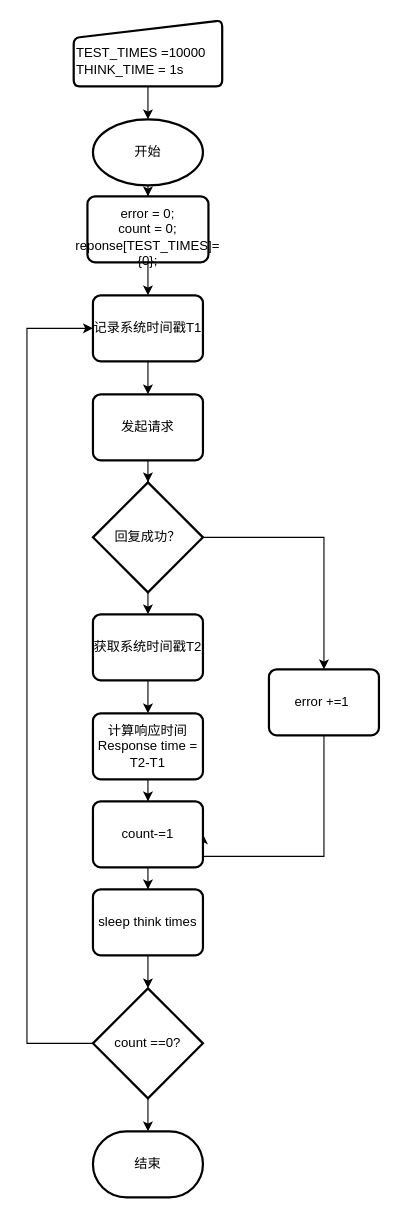
bingo787/draw keeps this draw.io diagram as page "Copy of Page-2" (3 of 3) of test_flow.drawio. Above is the earlier version. Source tidied: cells renumbered, new cells numbered last; positions are measured from the earlier drawing's top-left corner, leaving out a move shared by most shapes. Both pictures are drawn from the tidied source at 110%, with x=0, y=0 at pixel (26, 20).
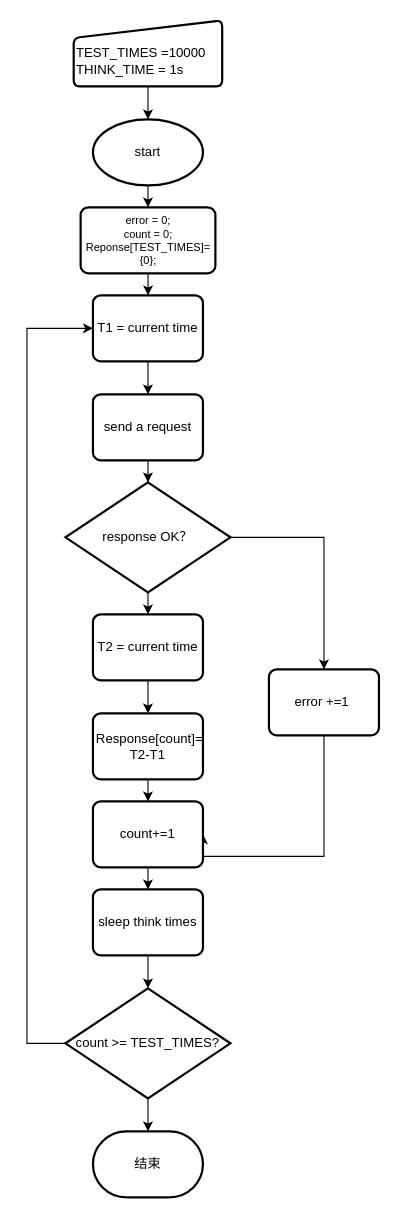
The same diagram, later.

Change to the diagram source:
```diff
@@
-    <mxCell id="3" value="开始" style="strokeWidth=2;html=1;shape=mxgraph.flowchart.start_1;whiteSpace=wrap;" parent="1" vertex="1">
+    <mxCell id="3" value="start" style="strokeWidth=2;html=1;shape=mxgraph.flowchart.start_1;whiteSpace=wrap;" parent="1" vertex="1">
       <mxGeometry x="60" y="90" width="100" height="60" as="geometry" />
     </mxCell>
@@
-    <mxCell id="5" value="发起请求" style="rounded=1;whiteSpace=wrap;html=1;absoluteArcSize=1;arcSize=14;strokeWidth=2;align=center;" parent="1" vertex="1">
+    <mxCell id="5" value="send a request" style="rounded=1;whiteSpace=wrap;html=1;absoluteArcSize=1;arcSize=14;strokeWidth=2;align=center;" parent="1" vertex="1">
       <mxGeometry x="60" y="340" width="100" height="60" as="geometry" />
     </mxCell>
@@
-    <mxCell id="9" value="回复成功？" style="strokeWidth=2;html=1;shape=mxgraph.flowchart.decision;whiteSpace=wrap;" parent="1" vertex="1">
-      <mxGeometry x="60" y="420" width="100" height="100" as="geometry" />
+    <mxCell id="9" value="response OK？" style="strokeWidth=2;html=1;shape=mxgraph.flowchart.decision;whiteSpace=wrap;" parent="1" vertex="1">
+      <mxGeometry x="35" y="420" width="150" height="100" as="geometry" />
     </mxCell>
@@
-    <mxCell id="11" value="获取系统时间戳T2" style="rounded=1;whiteSpace=wrap;html=1;absoluteArcSize=1;arcSize=14;strokeWidth=2;align=center;" parent="1" vertex="1">
+    <mxCell id="11" value="T2 = current time" style="rounded=1;whiteSpace=wrap;html=1;absoluteArcSize=1;arcSize=14;strokeWidth=2;align=center;" parent="1" vertex="1">
       <mxGeometry x="60" y="540" width="100" height="60" as="geometry" />
     </mxCell>
@@
-    <mxCell id="13" value="记录系统时间戳T1" style="rounded=1;whiteSpace=wrap;html=1;absoluteArcSize=1;arcSize=14;strokeWidth=2;align=center;" parent="1" vertex="1">
+    <mxCell id="13" value="T1 = current time" style="rounded=1;whiteSpace=wrap;html=1;absoluteArcSize=1;arcSize=14;strokeWidth=2;align=center;" parent="1" vertex="1">
       <mxGeometry x="60" y="250" width="100" height="60" as="geometry" />
     </mxCell>
@@
-    <mxCell id="15" value="计算响应时间 Response time = T2-T1" style="rounded=1;whiteSpace=wrap;html=1;absoluteArcSize=1;arcSize=14;strokeWidth=2;align=center;" parent="1" vertex="1">
+    <mxCell id="15" value="&amp;nbsp;Response[count]= T2-T1" style="rounded=1;whiteSpace=wrap;html=1;absoluteArcSize=1;arcSize=14;strokeWidth=2;align=center;" parent="1" vertex="1">
       <mxGeometry x="60" y="630" width="100" height="60" as="geometry" />
     </mxCell>
@@
-    <mxCell id="22" value="count ==0?" style="strokeWidth=2;html=1;shape=mxgraph.flowchart.decision;whiteSpace=wrap;" parent="1" vertex="1">
-      <mxGeometry x="60" y="880" width="100" height="100" as="geometry" />
+    <mxCell id="22" value="count &amp;gt;= TEST_TIMES?" style="strokeWidth=2;html=1;shape=mxgraph.flowchart.decision;whiteSpace=wrap;" parent="1" vertex="1">
+      <mxGeometry x="35" y="880" width="150" height="100" as="geometry" />
     </mxCell>
@@
-    <mxCell id="24" value="count-=1" style="rounded=1;whiteSpace=wrap;html=1;absoluteArcSize=1;arcSize=14;strokeWidth=2;align=center;" parent="1" vertex="1">
+    <mxCell id="24" value="count+=1" style="rounded=1;whiteSpace=wrap;html=1;absoluteArcSize=1;arcSize=14;strokeWidth=2;align=center;" parent="1" vertex="1">
       <mxGeometry x="60" y="710" width="100" height="60" as="geometry" />
     </mxCell>
@@
-    <mxCell id="28" value="&lt;br&gt;error = 0;&lt;br&gt;count = 0;&lt;br&gt;reponse[&lt;span style=&quot;text-align: left&quot;&gt;TEST_TIMES]={0};&lt;/span&gt;" style="rounded=1;whiteSpace=wrap;html=1;absoluteArcSize=1;arcSize=14;strokeWidth=2;align=center;" parent="1" vertex="1">
-      <mxGeometry x="55" y="160" width="110" height="60" as="geometry" />
+    <mxCell id="28" value="error = 0;&lt;br style=&quot;font-size: 10px&quot;&gt;count = 0;&lt;br style=&quot;font-size: 10px&quot;&gt;Reponse[&lt;span style=&quot;text-align: left ; font-size: 10px&quot;&gt;TEST_TIMES]={0};&lt;/span&gt;" style="rounded=1;whiteSpace=wrap;html=1;absoluteArcSize=1;arcSize=14;strokeWidth=2;align=center;fontSize=10;" parent="1" vertex="1">
+      <mxGeometry x="48.8" y="170" width="122.5" height="60" as="geometry" />
     </mxCell>
```
